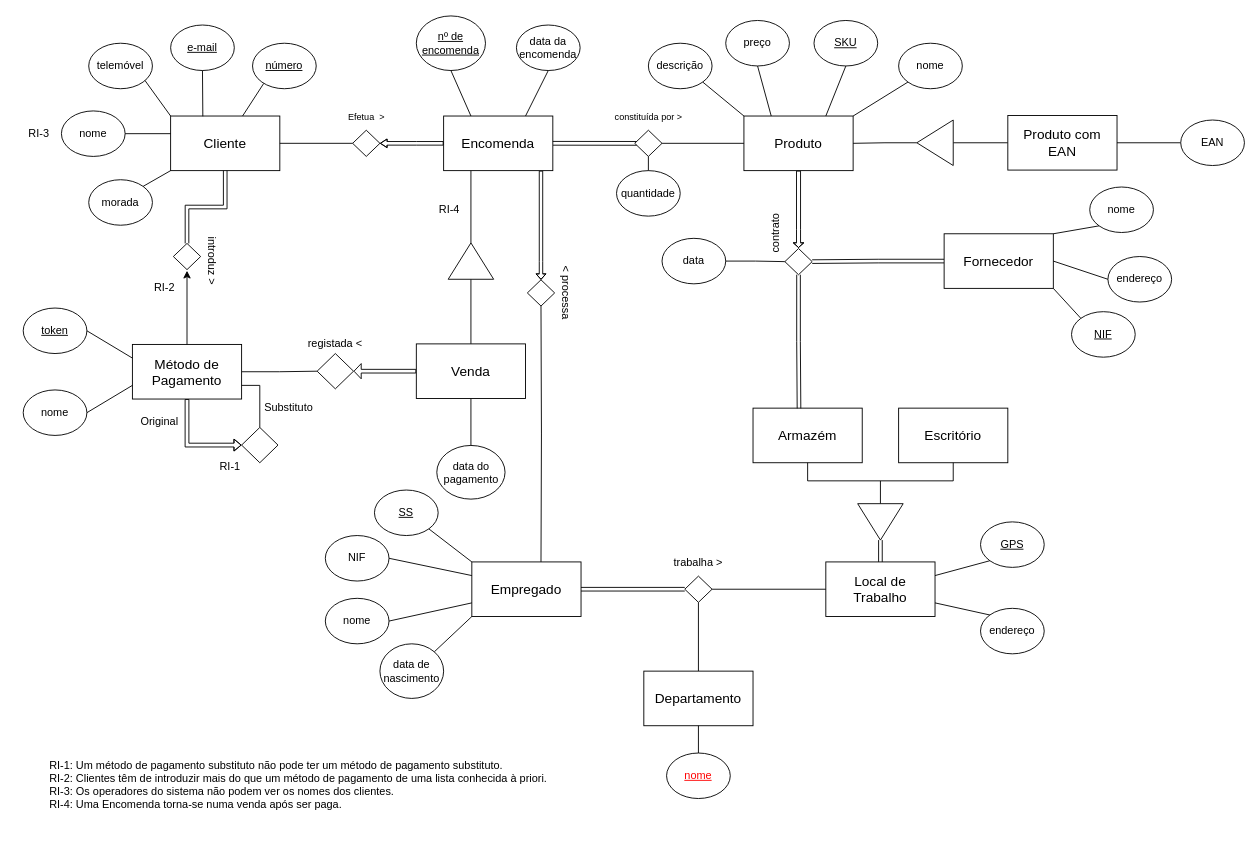
Before: Diagrama sem nome.drawio in GreenMemory16/BD-2022-2023, a draw.io diagram. Source tidied: cells renumbered, new cells numbered last; positions are measured from the earlier drawing's top-left corner, leaving out a move shared by most shapes. Both pictures are drawn from the tidied source at 91%, with x=0, y=0 at pixel (15, 15).
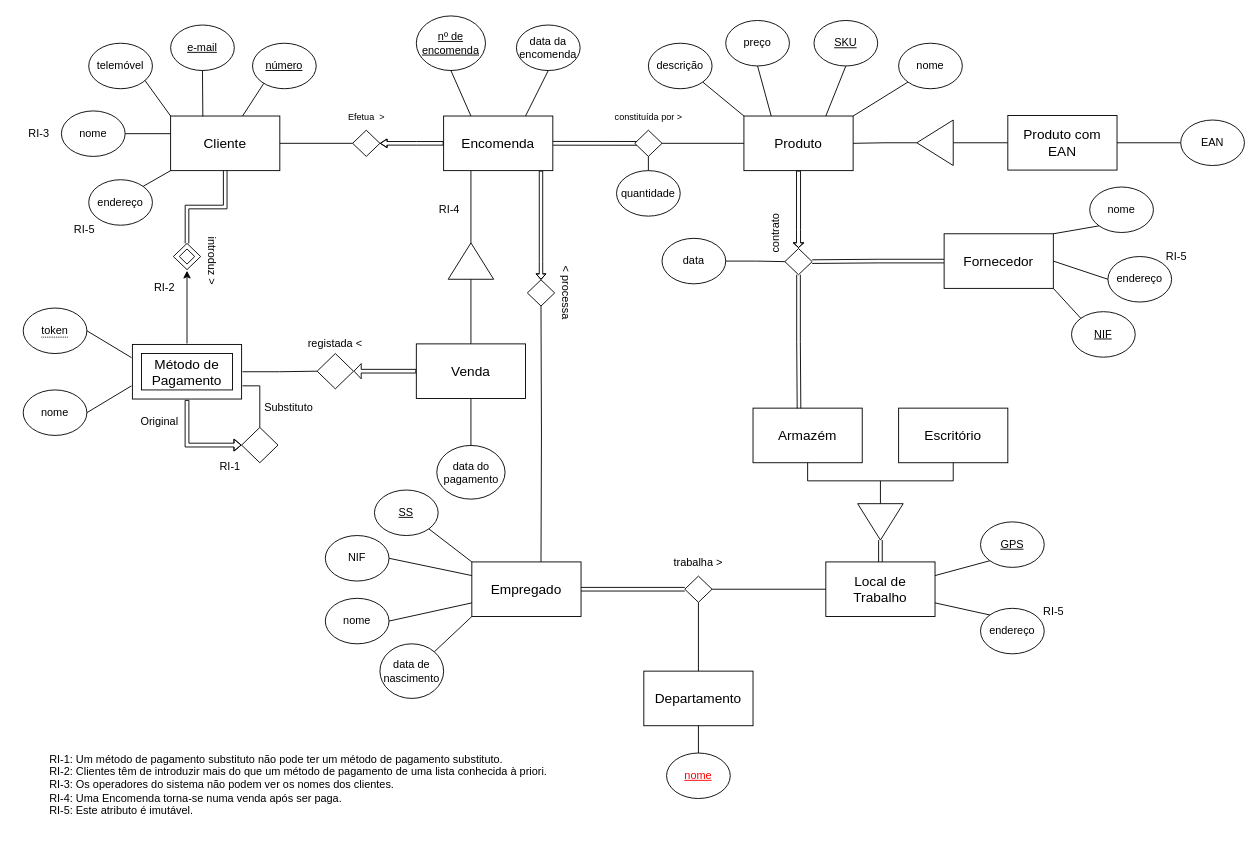
The same diagram, later.

Diff of the diagram source:
```diff
@@
-    <mxCell id="13" value="morada" style="ellipse;whiteSpace=wrap;html=1;" parent="1" vertex="1">
+    <mxCell id="13" value="endereço" style="ellipse;whiteSpace=wrap;html=1;" parent="1" vertex="1">
       <mxGeometry x="80" y="180" width="70" height="50" as="geometry" />
     </mxCell>
@@
-    <mxCell id="41" value="&lt;font style=&quot;font-size: 15px;&quot;&gt;Método de Pagamento&lt;/font&gt;" style="rounded=0;whiteSpace=wrap;html=1;" parent="1" vertex="1">
+    <mxCell id="41" value="&lt;font style=&quot;font-size: 15px;&quot;&gt;Método de Pagamento&lt;/font&gt;" style="rounded=0;whiteSpace=wrap;html=1;perimeterSpacing=1;shadow=0;" parent="1" vertex="1">
       <mxGeometry x="128" y="361" width="120" height="60" as="geometry" />
     </mxCell>
-    <mxCell id="42" value="&lt;u&gt;token&lt;/u&gt;" style="ellipse;whiteSpace=wrap;html=1;" parent="1" vertex="1">
+    <mxCell id="42" value="token" style="ellipse;whiteSpace=wrap;html=1;" parent="1" vertex="1">
       <mxGeometry x="8" y="321" width="70" height="50" as="geometry" />
     </mxCell>
@@
-    <mxCell id="113" value="&lt;div align=&quot;left&quot;&gt;RI-1: Um método de pagamento substituto não pode ter um método de pagamento substituto.&lt;/div&gt;&lt;div align=&quot;left&quot;&gt;RI-2: Clientes têm de introduzir mais do que um método de pagamento de uma lista conhecida à priori.&lt;br&gt;&lt;/div&gt;&lt;div&gt;RI-3: Os operadores do sistema não podem ver os nomes dos clientes.&lt;/div&gt;&lt;div&gt;RI-4: Uma Encomenda torna-se numa venda após ser paga.&lt;/div&gt;" style="text;html=1;align=left;verticalAlign=middle;strokeColor=none;fillColor=none;" parent="1" vertex="1">
-      <mxGeometry x="35" y="810" width="570" height="70" as="geometry" />
+    <mxCell id="113" value="&lt;div align=&quot;left&quot;&gt;RI-1: Um método de pagamento substituto não pode ter um método de pagamento substituto.&lt;/div&gt;&lt;div align=&quot;left&quot;&gt;RI-2: Clientes têm de introduzir mais do que um método de pagamento de uma lista conhecida à priori.&lt;br&gt;&lt;/div&gt;&lt;div&gt;RI-3: Os operadores do sistema não podem ver os nomes dos clientes.&lt;/div&gt;&lt;div&gt;RI-4: Uma Encomenda torna-se numa venda após ser paga.&lt;/div&gt;&lt;div&gt;RI-5: Este atributo é imutável.&lt;/div&gt;" style="text;html=1;align=left;verticalAlign=middle;strokeColor=none;fillColor=none;" parent="1" vertex="1">
+      <mxGeometry x="35" y="800" width="570" height="90" as="geometry" />
     </mxCell>
@@
+    <mxCell id="121" value="RI-5" style="text;html=1;align=center;verticalAlign=middle;strokeColor=none;fillColor=none;" parent="1" vertex="1">
+      <mxGeometry x="1115" y="640" width="50" height="30" as="geometry" />
+    </mxCell>
+    <mxCell id="122" value="RI-5" style="text;html=1;align=center;verticalAlign=middle;strokeColor=none;fillColor=none;" parent="1" vertex="1">
+      <mxGeometry x="1250" y="250" width="50" height="30" as="geometry" />
+    </mxCell>
+    <mxCell id="123" value="RI-5" style="text;html=1;align=center;verticalAlign=middle;strokeColor=none;fillColor=none;" parent="1" vertex="1">
+      <mxGeometry x="50" y="220" width="50" height="30" as="geometry" />
+    </mxCell>
+    <mxCell id="124" style="whiteSpace=wrap;html=1;fillColor=none;" parent="1" vertex="1">
+      <mxGeometry x="138" y="371" width="100" height="40" as="geometry" />
+    </mxCell>
+    <mxCell id="125" style="edgeStyle=none;orthogonalLoop=1;jettySize=auto;html=1;rounded=0;endArrow=none;endFill=0;dashed=1;dashPattern=1 1;" parent="1" edge="1">
+      <mxGeometry relative="1" as="geometry">
+        <mxPoint x="28" y="353" as="sourcePoint" />
+        <mxPoint x="58" y="353" as="targetPoint" />
+      </mxGeometry>
+    </mxCell>
+    <mxCell id="126" style="rhombus;whiteSpace=wrap;html=1;fillColor=none;" parent="1" vertex="1">
+      <mxGeometry x="179.5" y="256.1" width="17" height="16.6" as="geometry" />
+    </mxCell>
```
